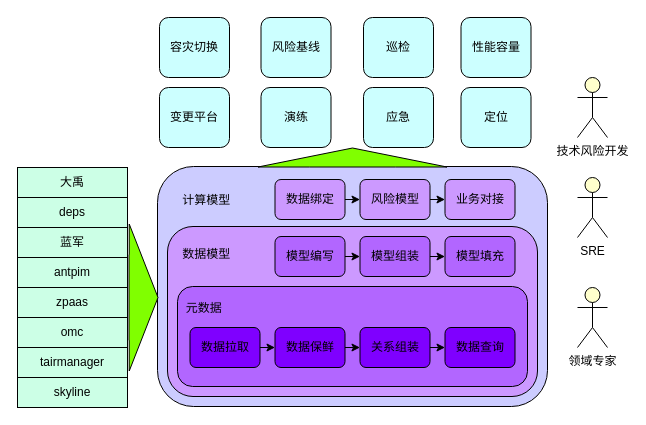
Above: 元数据模型.drawio in frankneu/draw.io (draw.io), before the change. Source tidied: cells renumbered, new cells numbered last; positions are measured from the earlier drawing's top-left corner, leaving out a move shared by most shapes. Both pictures are drawn from the tidied source at 100%, with x=0, y=0 at pixel (17, 17).
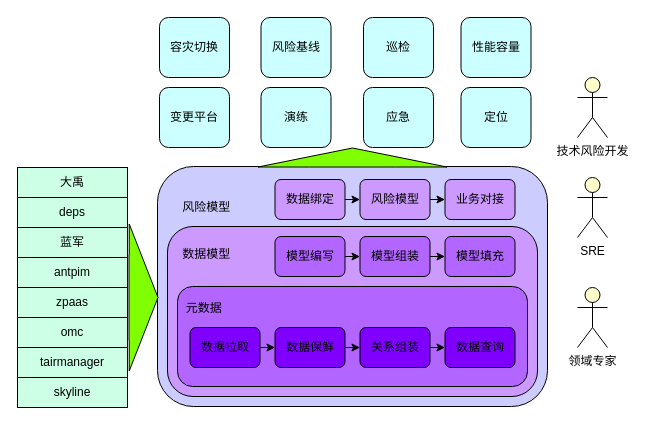
The same page after the edit.

Commit message:
Update 元数据模型.drawio

What changed in the source:
```diff
@@
-    <mxCell id="2" value="&amp;nbsp; &amp;nbsp; &amp;nbsp; &amp;nbsp;计算模型&lt;br&gt;&lt;br&gt;&lt;br&gt;&lt;br&gt;&lt;br&gt;&lt;br&gt;&lt;br&gt;&lt;br&gt;&lt;br&gt;&lt;br&gt;&lt;br&gt;&lt;br&gt;&lt;br&gt;" style="rounded=1;whiteSpace=wrap;html=1;align=left;fillColor=#CCCCFF;" parent="1" vertex="1">
+    <mxCell id="2" value="&amp;nbsp; &amp;nbsp; &amp;nbsp; &amp;nbsp;风险模型&lt;br&gt;&lt;br&gt;&lt;br&gt;&lt;br&gt;&lt;br&gt;&lt;br&gt;&lt;br&gt;&lt;br&gt;&lt;br&gt;&lt;br&gt;&lt;br&gt;&lt;br&gt;" style="rounded=1;whiteSpace=wrap;html=1;align=left;fillColor=#CCCCFF;" parent="1" vertex="1">
       <mxGeometry x="140" y="149" width="390" height="240" as="geometry" />
     </mxCell>
```
